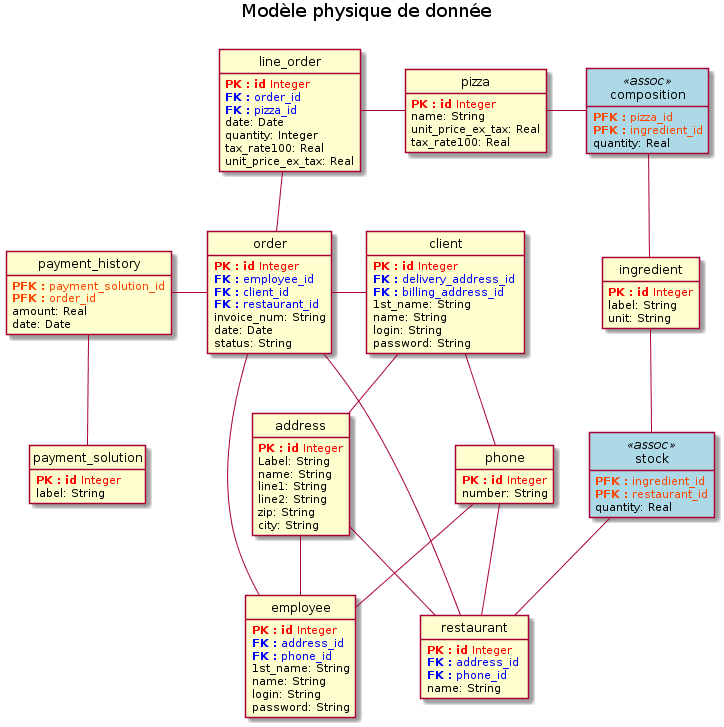
Above: physical_data_model.png in freezed/ocp6 (PlantUML), before the change.
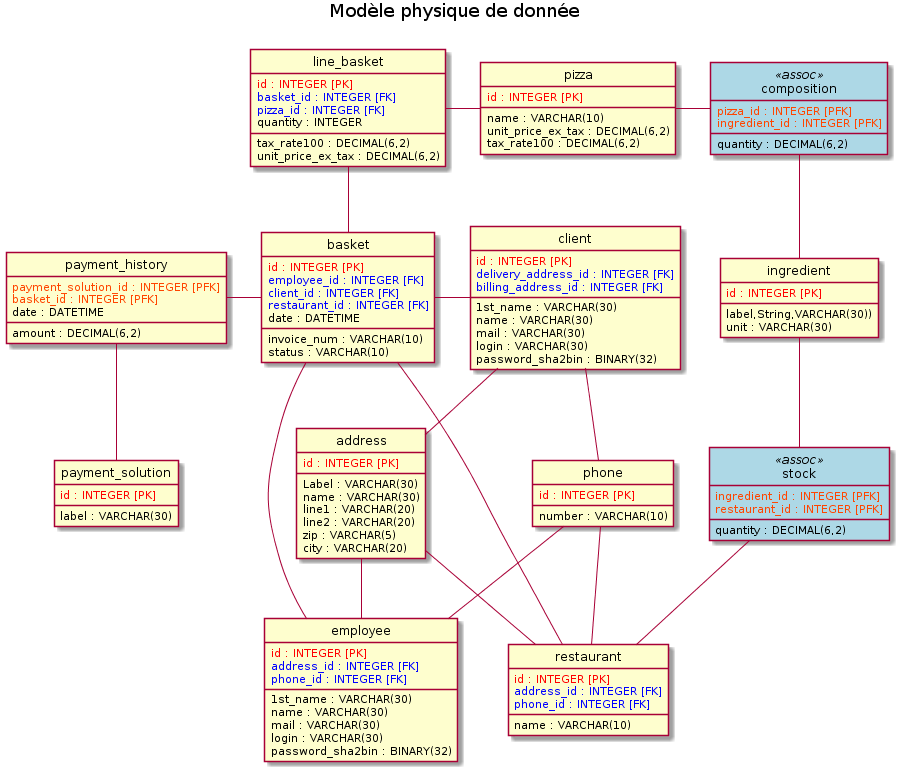
Later version of the same file.

Commit message:
Updates passwords on diagrams

Change to the diagram source:
```diff
@@ -13,8 +13,8 @@
 class composition <<assoc>>
 class employee
 class ingredient
-class line_order
-class order
+class line_basket
+class basket
 class payment_history
 class payment_solution
 class phone
@@ -26,128 +26,129 @@
 address -- employee
 client -- phone
 client -- address
-employee - order
-line_order -- order
-line_order - pizza
-order - client
-order - restaurant
-order -left- payment_history
+employee - basket
+line_basket -- basket
+line_basket - pizza
+basket - client
+basket - restaurant
+basket -left- payment_history
 payment_solution -up- payment_history
 phone -- employee
 phone -- restaurant
 
 class address {
-    <font color="red"><b>PK : id</b> Integer</font>
+    <font color="red">id : INTEGER [PK]</font>
 }
 class client {
-    <font color="red"><b>PK : id</b> Integer</font>
-    <font color="blue"><b>FK :</b> delivery_address_id </font>
-    <font color="blue"><b>FK :</b> billing_address_id </font>
+    <font color="red">id : INTEGER [PK]</font>
+    <font color="blue">delivery_address_id : INTEGER [FK]</font>
+    <font color="blue">billing_address_id : INTEGER [FK]</font>
 }
 class composition {
-    <font color="orangered"><b>PFK :</b> pizza_id</font>
-    <font color="orangered"><b>PFK :</b> ingredient_id</font>
+    <font color="orangered">pizza_id : INTEGER [PFK]</font>
+    <font color="orangered">ingredient_id : INTEGER [PFK]</font>
 }
 class employee {
-    <font color="red"><b>PK : id</b> Integer</font>
-    <font color="blue"><b>FK :</b> address_id </font>
-    <font color="blue"><b>FK :</b> phone_id </font>
+    <font color="red">id : INTEGER [PK]</font>
+    <font color="blue">address_id : INTEGER [FK]</font>
+    <font color="blue">phone_id : INTEGER [FK]</font>
 }
 class ingredient {
-    <font color="red"><b>PK : id</b> Integer</font>
+    <font color="red">id : INTEGER [PK]</font>
 }
-class line_order {
-    <font color="red"><b>PK : id</b> Integer</font>
-    <font color="blue"><b>FK :</b> order_id </font>
-    <font color="blue"><b>FK :</b> pizza_id </font>
+class line_basket {
+    <font color="red">id : INTEGER [PK]</font>
+    <font color="blue">basket_id : INTEGER [FK]</font>
+    <font color="blue">pizza_id : INTEGER [FK]</font>
 }
-class order {
-    <font color="red"><b>PK : id</b> Integer</font>
-    <font color="blue"><b>FK :</b> employee_id </font>
-    <font color="blue"><b>FK :</b> client_id </font>
-    <font color="blue"><b>FK :</b> restaurant_id </font>
+class basket {
+    <font color="red">id : INTEGER [PK]</font>
+    <font color="blue">employee_id : INTEGER [FK]</font>
+    <font color="blue">client_id : INTEGER [FK]</font>
+    <font color="blue">restaurant_id : INTEGER [FK]</font>
 }
 class payment_history {
-    <font color="orangered"><b>PFK :</b> payment_solution_id</font>
-    <font color="orangered"><b>PFK :</b> order_id</font>
+    <font color="orangered">payment_solution_id : INTEGER [PFK]</font>
+    <font color="orangered">basket_id : INTEGER [PFK]</font>
 }
 class payment_solution {
-    <font color="red"><b>PK : id</b> Integer</font>
+    <font color="red">id : INTEGER [PK]</font>
 }
 class phone {
-    <font color="red"><b>PK : id</b> Integer</font>
+    <font color="red">id : INTEGER [PK]</font>
 }
 class pizza {
-    <font color="red"><b>PK : id</b> Integer</font>
+    <font color="red">id : INTEGER [PK]</font>
 }
 class restaurant {
-    <font color="red"><b>PK : id</b> Integer</font>
-    <font color="blue"><b>FK :</b> address_id </font>
-    <font color="blue"><b>FK :</b> phone_id </font>
+    <font color="red">id : INTEGER [PK]</font>
+    <font color="blue">address_id : INTEGER [FK]</font>
+    <font color="blue">phone_id : INTEGER [FK]</font>
 }
 class stock {
-    <font color="orangered"><b>PFK :</b> ingredient_id</font>
-    <font color="orangered"><b>PFK :</b> restaurant_id</font>
+    <font color="orangered">ingredient_id : INTEGER [PFK]</font>
+    <font color="orangered">restaurant_id : INTEGER [PFK]</font>
 }
 
 class address {
-    Label: String
-    name: String
-    line1: String
-    line2: String
-    zip: String
-    city: String
+    Label : VARCHAR(30)
+    name : VARCHAR(30)
+    line1 : VARCHAR(20)
+    line2 : VARCHAR(20)
+    zip : VARCHAR(5)
+    city : VARCHAR(20)
 }
 class client {
-    1st_name: String
-    name: String
-    login: String
-    password: String
+    1st_name : VARCHAR(30)
+    name : VARCHAR(30)
+    mail : VARCHAR(30)
+    login : VARCHAR(30)
+    password_sha2bin : BINARY(32)
 }
 class composition {
-    quantity: Real
+    quantity : DECIMAL(6,2)
 }
 class employee {
-    1st_name: String
-    name: String
-    login: String
-    password: String
+    1st_name : VARCHAR(30)
+    name : VARCHAR(30)
+    mail : VARCHAR(30)
+    login : VARCHAR(30)
+    password_sha2bin : BINARY(32)
 }
 class ingredient {
-    label: String
-    unit: String
+    label,String,VARCHAR(30))
+    unit : VARCHAR(30)
 }
-class line_order {
-    date: Date
-    quantity: Integer
-    tax_rate100: Real
-    unit_price_ex_tax: Real
+class line_basket {
+    quantity : INTEGER
+    tax_rate100 : DECIMAL(6,2)
+    unit_price_ex_tax : DECIMAL(6,2)
 }
-class order {
-    invoice_num: String
-    date: Date
-    status: String
+class basket {
+    invoice_num : VARCHAR(10)
+    date : DATETIME
+    status : VARCHAR(10)
 }
 class payment_history {
-    amount: Real
-    date: Date
+    amount : DECIMAL(6,2)
+    date : DATETIME
 }
 class payment_solution {
-    label: String
+    label : VARCHAR(30)
 }
 class pizza {
-    name: String
-    unit_price_ex_tax: Real
-    tax_rate100: Real
+    name : VARCHAR(10)
+    unit_price_ex_tax : DECIMAL(6,2)
+    tax_rate100 : DECIMAL(6,2)
 }
 class phone {
-    number: String
+    number : VARCHAR(10)
 }
 class restaurant {
-    name: String
+    name : VARCHAR(10)
 }
 class stock {
-    quantity: Real
+    quantity : DECIMAL(6,2)
 }
 
 pizza - composition
```
